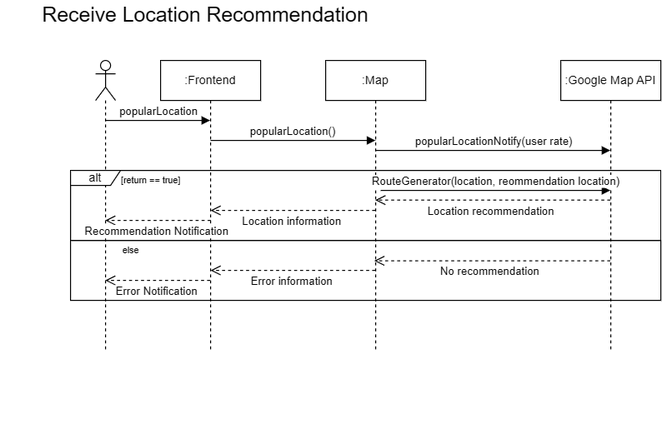
Earlier version of the draw.io export documentation/images/Receive_Location_Recommendation.drawio.png (Exalex16/CPEN321-WOCMS). Source tidied: cells renumbered, new cells last; positions are measured from the earlier drawing's top-left corner, leaving out a move shared by most shapes. The source it was exported from:
```xml
<mxGraphModel>
  <root>
    <mxCell id="0" />
    <mxCell id="1" parent="0" />
    <mxCell id="2" value=":Frontend" style="shape=umlLifeline;perimeter=lifelinePerimeter;whiteSpace=wrap;html=1;outlineConnect=0;portConstraint=eastwest;newEdgeStyle={&quot;edgeStyle&quot;:&quot;elbowEdgeStyle&quot;,&quot;elbow&quot;:&quot;vertical&quot;,&quot;curved&quot;:0,&quot;rounded&quot;:0};" parent="1" vertex="1">
      <mxGeometry x="160" y="60" width="100" height="290" as="geometry" />
    </mxCell>
    <mxCell id="3" value="&lt;span id=&quot;docs-internal-guid-6bbf44d1-7fff-1a77-31dd-1ef7b96aac21&quot;&gt;&lt;span style=&quot;font-family: Arial, sans-serif; background-color: transparent; font-variant-numeric: normal; font-variant-east-asian: normal; font-variant-alternates: normal; font-variant-position: normal; font-variant-emoji: normal; vertical-align: baseline; white-space-collapse: preserve;&quot;&gt;&lt;font style=&quot;color: rgb(0, 0, 0); font-size: 20.6667px;&quot;&gt;Receive Location Recommendation&lt;/font&gt;&lt;/span&gt;&lt;/span&gt;" style="text;html=1;align=center;verticalAlign=middle;whiteSpace=wrap;rounded=0;" parent="1" vertex="1">
      <mxGeometry width="410" height="30" as="geometry" />
    </mxCell>
    <mxCell id="4" style="shape=umlLifeline;perimeter=lifelinePerimeter;whiteSpace=wrap;html=1;outlineConnect=0;portConstraint=eastwest;newEdgeStyle={&quot;curved&quot;:0,&quot;rounded&quot;:0};participant=umlActor;" parent="1" vertex="1">
      <mxGeometry x="95" y="60" width="20" height="290" as="geometry" />
    </mxCell>
    <mxCell id="5" value=":Map" style="shape=umlLifeline;perimeter=lifelinePerimeter;whiteSpace=wrap;html=1;outlineConnect=0;portConstraint=eastwest;newEdgeStyle={&quot;edgeStyle&quot;:&quot;elbowEdgeStyle&quot;,&quot;elbow&quot;:&quot;vertical&quot;,&quot;curved&quot;:0,&quot;rounded&quot;:0};" parent="1" vertex="1">
      <mxGeometry x="325" y="60" width="100" height="290" as="geometry" />
    </mxCell>
    <mxCell id="6" value="popularLocation" style="html=1;verticalAlign=bottom;endArrow=block;curved=0;rounded=0;" parent="1" edge="1" source="4" target="2">
      <mxGeometry x="0.01" relative="1" as="geometry">
        <Array as="points">
          <mxPoint x="160" y="120" />
        </Array>
      </mxGeometry>
    </mxCell>
    <mxCell id="7" value=":Google Map API" style="shape=umlLifeline;perimeter=lifelinePerimeter;whiteSpace=wrap;html=1;outlineConnect=0;portConstraint=eastwest;newEdgeStyle={&quot;edgeStyle&quot;:&quot;elbowEdgeStyle&quot;,&quot;elbow&quot;:&quot;vertical&quot;,&quot;curved&quot;:0,&quot;rounded&quot;:0};" parent="1" vertex="1">
      <mxGeometry x="560" y="60" width="100" height="290" as="geometry" />
    </mxCell>
    <mxCell id="8" value="popularLocation()" style="html=1;verticalAlign=bottom;endArrow=block;curved=0;rounded=0;" parent="1" edge="1">
      <mxGeometry relative="1" as="geometry">
        <mxPoint x="210" y="140" as="sourcePoint" />
        <mxPoint x="374.7" y="140" as="targetPoint" />
      </mxGeometry>
    </mxCell>
    <mxCell id="9" style="edgeStyle=orthogonalEdgeStyle;rounded=0;orthogonalLoop=1;jettySize=auto;html=1;exitX=0.5;exitY=1;exitDx=0;exitDy=0;" parent="1" edge="1">
      <mxGeometry relative="1" as="geometry">
        <mxPoint x="460" y="420" as="sourcePoint" />
        <mxPoint x="460" y="420" as="targetPoint" />
      </mxGeometry>
    </mxCell>
    <mxCell id="10" value="popularLocationNotify(user rate)" style="html=1;verticalAlign=bottom;endArrow=block;curved=0;rounded=0;" parent="1" edge="1">
      <mxGeometry relative="1" as="geometry">
        <mxPoint x="374.5" y="150" as="sourcePoint" />
        <mxPoint x="609.5" y="150" as="targetPoint" />
      </mxGeometry>
    </mxCell>
    <mxCell id="11" value="Recommendation Notification" style="html=1;verticalAlign=bottom;endArrow=open;dashed=1;endSize=8;curved=0;rounded=0;" parent="1" edge="1">
      <mxGeometry x="0.02" y="20" relative="1" as="geometry">
        <mxPoint x="210" y="220" as="sourcePoint" />
        <mxPoint x="104.7" y="220" as="targetPoint" />
      </mxGeometry>
    </mxCell>
    <mxCell id="12" value="Location recommendation" style="html=1;verticalAlign=bottom;endArrow=open;dashed=1;endSize=8;curved=0;rounded=0;" parent="1" edge="1" source="7">
      <mxGeometry x="0.02" y="20" relative="1" as="geometry">
        <mxPoint x="374.7" y="199.7" as="targetPoint" />
      </mxGeometry>
    </mxCell>
    <mxCell id="13" value="alt" style="shape=umlFrame;whiteSpace=wrap;html=1;width=50;height=15;" parent="1" vertex="1">
      <mxGeometry x="70" y="170" width="590" height="70" as="geometry" />
    </mxCell>
    <mxCell id="14" style="rounded=0;whiteSpace=wrap;html=1;fillColor=none;" parent="1" vertex="1">
      <mxGeometry x="70" y="240" width="590" height="60" as="geometry" />
    </mxCell>
    <mxCell id="15" value="[return == true]" style="text;html=1;align=center;verticalAlign=middle;strokeColor=none;fillColor=none;fontSize=9;" parent="1" vertex="1">
      <mxGeometry x="110" y="170" width="80" height="20" as="geometry" />
    </mxCell>
    <mxCell id="16" value="else" style="text;html=1;align=center;verticalAlign=middle;strokeColor=none;fillColor=none;fontSize=9;" parent="1" vertex="1">
      <mxGeometry x="110" y="240" width="40" height="20" as="geometry" />
    </mxCell>
    <mxCell id="17" value="No recommendation" style="html=1;verticalAlign=bottom;endArrow=open;dashed=1;endSize=8;curved=0;rounded=0;" parent="1" edge="1" source="7">
      <mxGeometry x="0.02" y="20" relative="1" as="geometry">
        <mxPoint x="373.6" y="260.4" as="targetPoint" />
      </mxGeometry>
    </mxCell>
    <mxCell id="18" value="Location information" style="html=1;verticalAlign=bottom;endArrow=open;dashed=1;endSize=8;curved=0;rounded=0;" parent="1" edge="1">
      <mxGeometry x="0.02" y="20" relative="1" as="geometry">
        <mxPoint x="374.5" y="210" as="sourcePoint" />
        <mxPoint x="210" y="210" as="targetPoint" />
      </mxGeometry>
    </mxCell>
    <mxCell id="19" value="Error Notification" style="html=1;verticalAlign=bottom;endArrow=open;dashed=1;endSize=8;curved=0;rounded=0;" parent="1" edge="1">
      <mxGeometry x="0.02" y="20" relative="1" as="geometry">
        <mxPoint x="209.5" y="280" as="sourcePoint" />
        <mxPoint x="104.7" y="280" as="targetPoint" />
      </mxGeometry>
    </mxCell>
    <mxCell id="20" value="Error information" style="html=1;verticalAlign=bottom;endArrow=open;dashed=1;endSize=8;curved=0;rounded=0;" parent="1" edge="1">
      <mxGeometry x="0.02" y="20" relative="1" as="geometry">
        <mxPoint x="374.5" y="270" as="sourcePoint" />
        <mxPoint x="210" y="270" as="targetPoint" />
      </mxGeometry>
    </mxCell>
    <mxCell id="21" value="RouteGenerator(location, reommendation location)" style="html=1;verticalAlign=bottom;endArrow=block;curved=0;rounded=0;" parent="1" edge="1" target="7">
      <mxGeometry relative="1" as="geometry">
        <mxPoint x="380" y="190" as="sourcePoint" />
      </mxGeometry>
    </mxCell>
  </root>
</mxGraphModel>
```
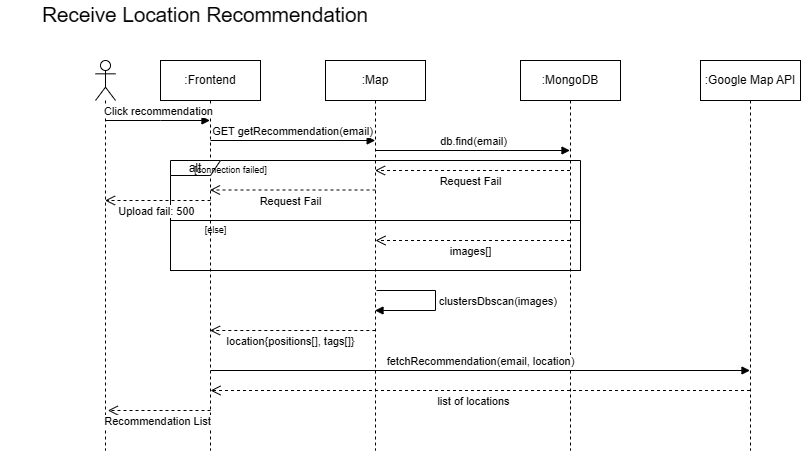
Above is the later version.

Change to the diagram source:
```diff
@@ -3,18 +3,18 @@
     <mxCell id="0" />
     <mxCell id="1" parent="0" />
     <mxCell id="2" value=":Frontend" style="shape=umlLifeline;perimeter=lifelinePerimeter;whiteSpace=wrap;html=1;outlineConnect=0;portConstraint=eastwest;newEdgeStyle={&quot;edgeStyle&quot;:&quot;elbowEdgeStyle&quot;,&quot;elbow&quot;:&quot;vertical&quot;,&quot;curved&quot;:0,&quot;rounded&quot;:0};" parent="1" vertex="1">
-      <mxGeometry x="160" y="60" width="100" height="290" as="geometry" />
+      <mxGeometry x="160" y="60" width="100" height="390" as="geometry" />
     </mxCell>
     <mxCell id="3" value="&lt;span id=&quot;docs-internal-guid-6bbf44d1-7fff-1a77-31dd-1ef7b96aac21&quot;&gt;&lt;span style=&quot;font-family: Arial, sans-serif; background-color: transparent; font-variant-numeric: normal; font-variant-east-asian: normal; font-variant-alternates: normal; font-variant-position: normal; font-variant-emoji: normal; vertical-align: baseline; white-space-collapse: preserve;&quot;&gt;&lt;font style=&quot;color: rgb(0, 0, 0); font-size: 20.6667px;&quot;&gt;Receive Location Recommendation&lt;/font&gt;&lt;/span&gt;&lt;/span&gt;" style="text;html=1;align=center;verticalAlign=middle;whiteSpace=wrap;rounded=0;" parent="1" vertex="1">
       <mxGeometry width="410" height="30" as="geometry" />
     </mxCell>
     <mxCell id="4" style="shape=umlLifeline;perimeter=lifelinePerimeter;whiteSpace=wrap;html=1;outlineConnect=0;portConstraint=eastwest;newEdgeStyle={&quot;curved&quot;:0,&quot;rounded&quot;:0};participant=umlActor;" parent="1" vertex="1">
-      <mxGeometry x="95" y="60" width="20" height="290" as="geometry" />
+      <mxGeometry x="95" y="60" width="20" height="390" as="geometry" />
     </mxCell>
     <mxCell id="5" value=":Map" style="shape=umlLifeline;perimeter=lifelinePerimeter;whiteSpace=wrap;html=1;outlineConnect=0;portConstraint=eastwest;newEdgeStyle={&quot;edgeStyle&quot;:&quot;elbowEdgeStyle&quot;,&quot;elbow&quot;:&quot;vertical&quot;,&quot;curved&quot;:0,&quot;rounded&quot;:0};" parent="1" vertex="1">
-      <mxGeometry x="325" y="60" width="100" height="290" as="geometry" />
+      <mxGeometry x="325" y="60" width="100" height="390" as="geometry" />
     </mxCell>
-    <mxCell id="6" value="popularLocation" style="html=1;verticalAlign=bottom;endArrow=block;curved=0;rounded=0;" parent="1" edge="1" source="4" target="2">
+    <mxCell id="6" value="Click recommendation" style="html=1;verticalAlign=bottom;endArrow=block;curved=0;rounded=0;" parent="1" edge="1" source="4" target="2">
       <mxGeometry x="0.01" relative="1" as="geometry">
         <Array as="points">
           <mxPoint x="160" y="120" />
@@ -22,9 +22,9 @@
       </mxGeometry>
     </mxCell>
     <mxCell id="7" value=":Google Map API" style="shape=umlLifeline;perimeter=lifelinePerimeter;whiteSpace=wrap;html=1;outlineConnect=0;portConstraint=eastwest;newEdgeStyle={&quot;edgeStyle&quot;:&quot;elbowEdgeStyle&quot;,&quot;elbow&quot;:&quot;vertical&quot;,&quot;curved&quot;:0,&quot;rounded&quot;:0};" parent="1" vertex="1">
-      <mxGeometry x="560" y="60" width="100" height="290" as="geometry" />
+      <mxGeometry x="700" y="60" width="100" height="390" as="geometry" />
     </mxCell>
-    <mxCell id="8" value="popularLocation()" style="html=1;verticalAlign=bottom;endArrow=block;curved=0;rounded=0;" parent="1" edge="1">
+    <mxCell id="8" value="GET getRecommendation(email)" style="html=1;verticalAlign=bottom;endArrow=block;curved=0;rounded=0;" parent="1" edge="1">
       <mxGeometry relative="1" as="geometry">
         <mxPoint x="210" y="140" as="sourcePoint" />
         <mxPoint x="374.7" y="140" as="targetPoint" />
@@ -32,66 +32,79 @@
     </mxCell>
     <mxCell id="9" style="edgeStyle=orthogonalEdgeStyle;rounded=0;orthogonalLoop=1;jettySize=auto;html=1;exitX=0.5;exitY=1;exitDx=0;exitDy=0;" parent="1" edge="1">
       <mxGeometry relative="1" as="geometry">
-        <mxPoint x="460" y="420" as="sourcePoint" />
-        <mxPoint x="460" y="420" as="targetPoint" />
+        <mxPoint x="510" y="430" as="sourcePoint" />
+        <mxPoint x="510" y="430" as="targetPoint" />
       </mxGeometry>
     </mxCell>
-    <mxCell id="10" value="popularLocationNotify(user rate)" style="html=1;verticalAlign=bottom;endArrow=block;curved=0;rounded=0;" parent="1" edge="1">
+    <mxCell id="10" value="db.find(email)" style="html=1;verticalAlign=bottom;endArrow=block;curved=0;rounded=0;" parent="1" edge="1" target="22">
       <mxGeometry relative="1" as="geometry">
         <mxPoint x="374.5" y="150" as="sourcePoint" />
-        <mxPoint x="609.5" y="150" as="targetPoint" />
       </mxGeometry>
     </mxCell>
-    <mxCell id="11" value="Recommendation Notification" style="html=1;verticalAlign=bottom;endArrow=open;dashed=1;endSize=8;curved=0;rounded=0;" parent="1" edge="1">
-      <mxGeometry x="0.02" y="20" relative="1" as="geometry">
-        <mxPoint x="210" y="220" as="sourcePoint" />
-        <mxPoint x="104.7" y="220" as="targetPoint" />
-      </mxGeometry>
-    </mxCell>
-    <mxCell id="12" value="Location recommendation" style="html=1;verticalAlign=bottom;endArrow=open;dashed=1;endSize=8;curved=0;rounded=0;" parent="1" edge="1" source="7">
-      <mxGeometry x="0.02" y="20" relative="1" as="geometry">
-        <mxPoint x="374.7" y="199.7" as="targetPoint" />
-      </mxGeometry>
-    </mxCell>
+    <mxCell id="22" value=":MongoDB" style="shape=umlLifeline;perimeter=lifelinePerimeter;whiteSpace=wrap;html=1;outlineConnect=0;portConstraint=eastwest;newEdgeStyle={&quot;edgeStyle&quot;:&quot;elbowEdgeStyle&quot;,&quot;elbow&quot;:&quot;vertical&quot;,&quot;curved&quot;:0,&quot;rounded&quot;:0};" parent="1" vertex="1">
+      <mxGeometry x="520" y="60" width="100" height="390" as="geometry" />
+    </mxCell>
     <mxCell id="13" value="alt" style="shape=umlFrame;whiteSpace=wrap;html=1;width=50;height=15;" parent="1" vertex="1">
-      <mxGeometry x="70" y="170" width="590" height="70" as="geometry" />
+      <mxGeometry x="170" y="160" width="410" height="60" as="geometry" />
     </mxCell>
-    <mxCell id="14" style="rounded=0;whiteSpace=wrap;html=1;fillColor=none;" parent="1" vertex="1">
-      <mxGeometry x="70" y="240" width="590" height="60" as="geometry" />
-    </mxCell>
-    <mxCell id="15" value="[return == true]" style="text;html=1;align=center;verticalAlign=middle;strokeColor=none;fillColor=none;fontSize=9;" parent="1" vertex="1">
-      <mxGeometry x="110" y="170" width="80" height="20" as="geometry" />
-    </mxCell>
-    <mxCell id="16" value="else" style="text;html=1;align=center;verticalAlign=middle;strokeColor=none;fillColor=none;fontSize=9;" parent="1" vertex="1">
-      <mxGeometry x="110" y="240" width="40" height="20" as="geometry" />
-    </mxCell>
-    <mxCell id="17" value="No recommendation" style="html=1;verticalAlign=bottom;endArrow=open;dashed=1;endSize=8;curved=0;rounded=0;" parent="1" edge="1" source="7">
-      <mxGeometry x="0.02" y="20" relative="1" as="geometry">
-        <mxPoint x="373.6" y="260.4" as="targetPoint" />
-      </mxGeometry>
-    </mxCell>
-    <mxCell id="18" value="Location information" style="html=1;verticalAlign=bottom;endArrow=open;dashed=1;endSize=8;curved=0;rounded=0;" parent="1" edge="1">
-      <mxGeometry x="0.02" y="20" relative="1" as="geometry">
-        <mxPoint x="374.5" y="210" as="sourcePoint" />
-        <mxPoint x="210" y="210" as="targetPoint" />
-      </mxGeometry>
-    </mxCell>
-    <mxCell id="19" value="Error Notification" style="html=1;verticalAlign=bottom;endArrow=open;dashed=1;endSize=8;curved=0;rounded=0;" parent="1" edge="1">
-      <mxGeometry x="0.02" y="20" relative="1" as="geometry">
-        <mxPoint x="209.5" y="280" as="sourcePoint" />
-        <mxPoint x="104.7" y="280" as="targetPoint" />
-      </mxGeometry>
-    </mxCell>
-    <mxCell id="20" value="Error information" style="html=1;verticalAlign=bottom;endArrow=open;dashed=1;endSize=8;curved=0;rounded=0;" parent="1" edge="1">
-      <mxGeometry x="0.02" y="20" relative="1" as="geometry">
-        <mxPoint x="374.5" y="270" as="sourcePoint" />
-        <mxPoint x="210" y="270" as="targetPoint" />
-      </mxGeometry>
-    </mxCell>
-    <mxCell id="21" value="RouteGenerator(location, reommendation location)" style="html=1;verticalAlign=bottom;endArrow=block;curved=0;rounded=0;" parent="1" edge="1" target="7">
-      <mxGeometry relative="1" as="geometry">
-        <mxPoint x="380" y="190" as="sourcePoint" />
-      </mxGeometry>
-    </mxCell>
+    <mxCell id="23" value="[connection failed]" style="text;html=1;align=center;verticalAlign=middle;strokeColor=none;fillColor=none;fontSize=9;" parent="1" vertex="1">
+      <mxGeometry x="180" y="160" width="100" height="20" as="geometry" />
+    </mxCell>
+    <mxCell id="24" value="Request Fail" style="html=1;verticalAlign=bottom;endArrow=open;dashed=1;endSize=8;curved=0;rounded=0;" parent="1" edge="1" target="2">
+      <mxGeometry x="0.02" y="20" relative="1" as="geometry">
+        <mxPoint x="375" y="189.5" as="sourcePoint" />
+      </mxGeometry>
+    </mxCell>
+    <mxCell id="25" style="rounded=0;whiteSpace=wrap;html=1;fillColor=none;" parent="1" vertex="1">
+      <mxGeometry x="170" y="220" width="410" height="50" as="geometry" />
+    </mxCell>
+    <mxCell id="26" value="[else]" style="text;html=1;align=center;verticalAlign=middle;strokeColor=none;fillColor=none;fontSize=9;" parent="1" vertex="1">
+      <mxGeometry x="190" y="220" width="50" height="20" as="geometry" />
+    </mxCell>
+    <mxCell id="27" value="images[]" style="html=1;verticalAlign=bottom;endArrow=open;dashed=1;endSize=8;curved=0;rounded=0;" parent="1" edge="1" source="22">
+      <mxGeometry x="0.02" y="20" relative="1" as="geometry">
+        <mxPoint x="375" y="240" as="targetPoint" />
+      </mxGeometry>
+    </mxCell>
+    <mxCell id="28" value="Request Fail" style="html=1;verticalAlign=bottom;endArrow=open;dashed=1;endSize=8;curved=0;rounded=0;" parent="1" edge="1" source="22">
+      <mxGeometry x="0.02" y="20" relative="1" as="geometry">
+        <mxPoint x="374.5" y="170" as="targetPoint" />
+      </mxGeometry>
+    </mxCell>
+    <mxCell id="29" value="Upload fail: 500" style="html=1;verticalAlign=bottom;endArrow=open;dashed=1;endSize=8;curved=0;rounded=0;" parent="1" edge="1" target="4">
+      <mxGeometry x="0.02" y="20" relative="1" as="geometry">
+        <mxPoint x="210" y="200" as="sourcePoint" />
+      </mxGeometry>
+    </mxCell>
+    <mxCell id="30" value="clustersDbscan(images)" style="html=1;align=left;spacingLeft=2;endArrow=block;rounded=0;edgeStyle=orthogonalEdgeStyle;curved=0;rounded=0;" parent="1" edge="1" target="5">
+      <mxGeometry relative="1" as="geometry">
+        <mxPoint x="376" y="290" as="sourcePoint" />
+        <Array as="points">
+          <mxPoint x="435" y="290" />
+          <mxPoint x="435" y="310" />
+        </Array>
+      </mxGeometry>
+    </mxCell>
+    <mxCell id="31" value="location{positions[], tags[]}" style="html=1;verticalAlign=bottom;endArrow=open;dashed=1;endSize=8;curved=0;rounded=0;" parent="1" edge="1" target="2">
+      <mxGeometry x="0.02" y="20" relative="1" as="geometry">
+        <mxPoint x="374.8" y="330" as="sourcePoint" />
+      </mxGeometry>
+    </mxCell>
+    <mxCell id="32" value="fetchRecommendation(email, location)" style="html=1;verticalAlign=bottom;endArrow=block;curved=0;rounded=0;" parent="1" edge="1" target="7">
+      <mxGeometry relative="1" as="geometry">
+        <mxPoint x="210" y="370" as="sourcePoint" />
+      </mxGeometry>
+    </mxCell>
+    <mxCell id="33" value="list of locations" style="html=1;verticalAlign=bottom;endArrow=open;dashed=1;endSize=8;curved=0;rounded=0;" parent="1" edge="1" source="7">
+      <mxGeometry x="0.03" y="20" relative="1" as="geometry">
+        <mxPoint x="210" y="390" as="targetPoint" />
+      </mxGeometry>
+    </mxCell>
+    <mxCell id="34" value="Recommendation List" style="html=1;verticalAlign=bottom;endArrow=open;dashed=1;endSize=8;curved=0;rounded=0;" parent="1" edge="1">
+      <mxGeometry x="0.03" y="20" relative="1" as="geometry">
+        <mxPoint x="210" y="410" as="sourcePoint" />
+        <mxPoint x="107.3" y="410" as="targetPoint" />
+      </mxGeometry>
+    </mxCell>
   </root>
 </mxGraphModel>
```
